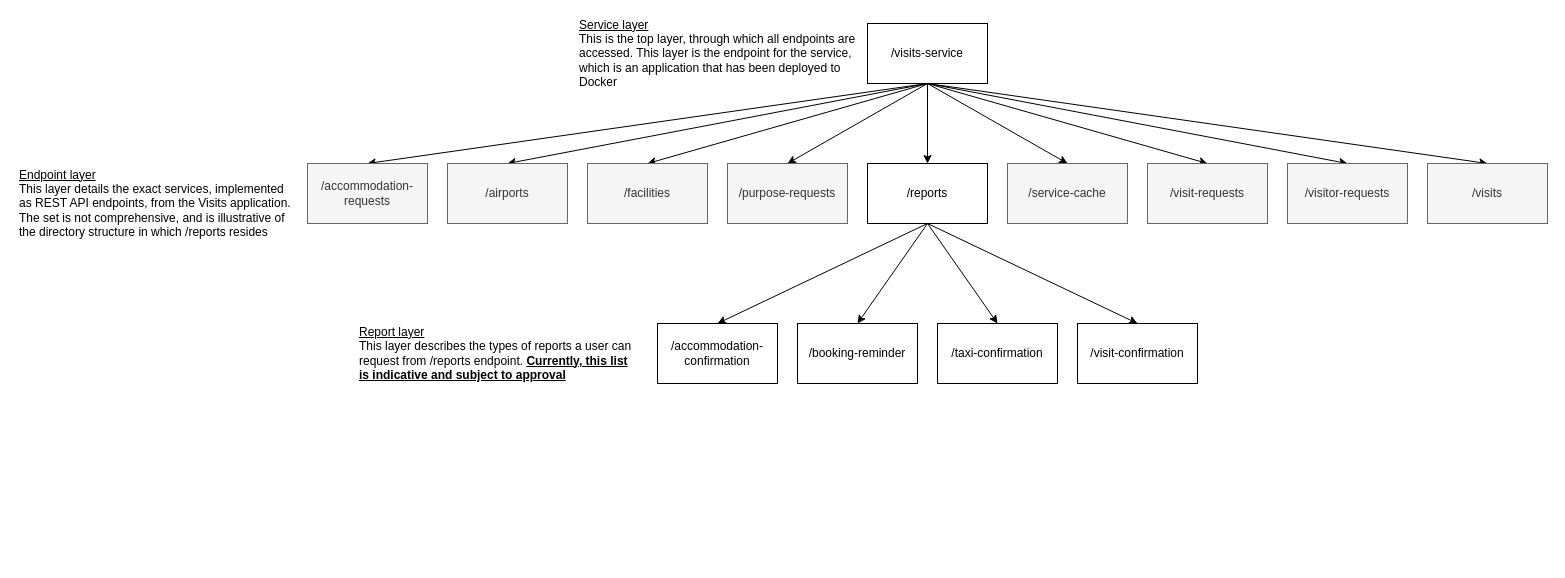
Above: Service URL hierarchy.drawio in ambolt314/FinalProjectDesign (draw.io), before the change. Source tidied: cells renumbered, new cells numbered last; positions are measured from the earlier drawing's top-left corner, leaving out a move shared by most shapes. Both pictures are drawn from the tidied source at 100%, with x=0, y=0 at pixel (17, 23).
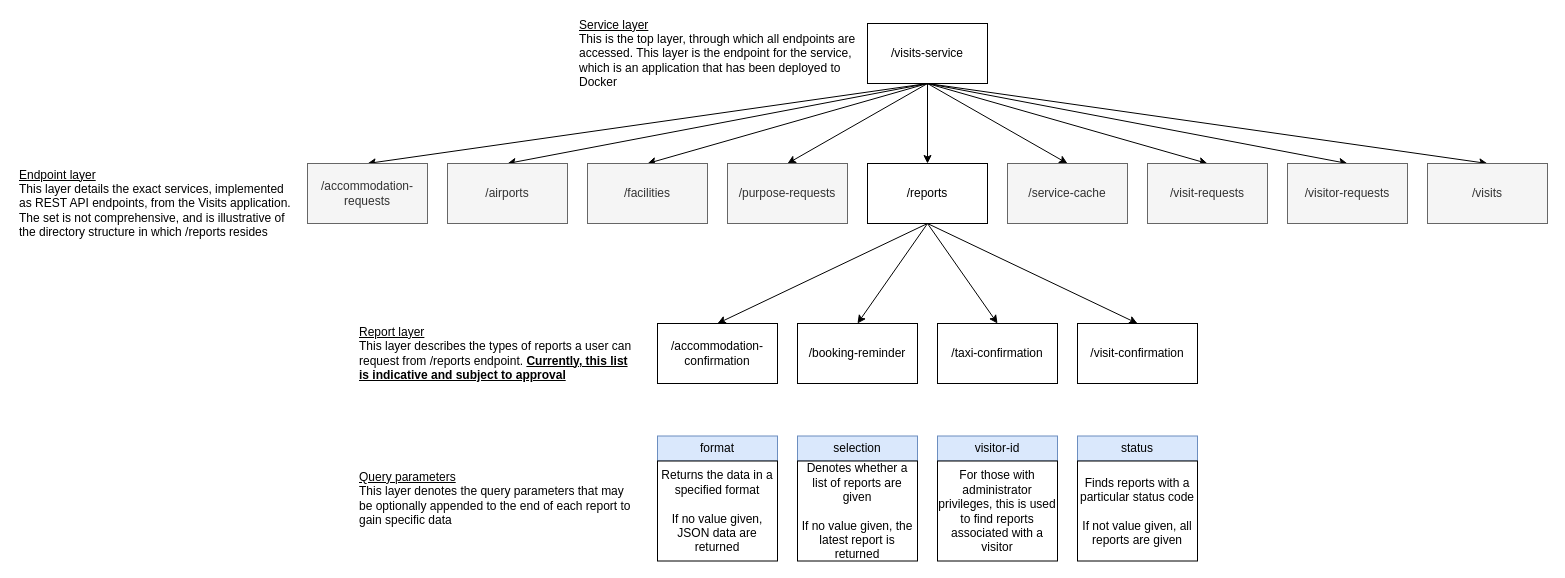
After the change.

Commit message:
Added indicative query parameters

Diff of the diagram source:
```diff
@@
+    <mxCell id="32" value="&lt;u&gt;Query parameters&lt;br&gt;&lt;/u&gt;&lt;div align=&quot;left&quot;&gt;This layer denotes the query parameters that may be optionally appended to the end of each report to gain specific data&lt;br&gt;&lt;/div&gt;" style="text;html=1;align=left;verticalAlign=middle;whiteSpace=wrap;rounded=0;" parent="1" vertex="1">
+      <mxGeometry x="340" y="460" width="280" height="30" as="geometry" />
+    </mxCell>
+    <mxCell id="33" style="group;" parent="1" vertex="1">
+      <mxGeometry x="640" y="412.5" width="120" height="125" as="geometry" />
+    </mxCell>
+    <mxCell id="34" value="format" style="rounded=0;whiteSpace=wrap;html=1;fillColor=#dae8fc;strokeColor=#6c8ebf;" parent="33" vertex="1">
+      <mxGeometry width="120" height="25" as="geometry" />
+    </mxCell>
+    <mxCell id="35" value="&lt;div&gt;Returns the data in a specified format&lt;/div&gt;&lt;div&gt;&lt;br&gt;&lt;/div&gt;&lt;div&gt;If no value given, JSON data are returned&lt;br&gt;&lt;/div&gt;" style="rounded=0;whiteSpace=wrap;html=1;" parent="33" vertex="1">
+      <mxGeometry y="25" width="120" height="100" as="geometry" />
+    </mxCell>
+    <mxCell id="36" style="group;" parent="1" vertex="1">
+      <mxGeometry x="780" y="412.5" width="120" height="125" as="geometry" />
+    </mxCell>
+    <mxCell id="37" value="selection" style="rounded=0;whiteSpace=wrap;html=1;fillColor=#dae8fc;strokeColor=#6c8ebf;" parent="36" vertex="1">
+      <mxGeometry width="120" height="25" as="geometry" />
+    </mxCell>
+    <mxCell id="38" value="&lt;div&gt;Denotes whether a list of reports are given&lt;/div&gt;&lt;div&gt;&lt;br&gt;&lt;/div&gt;&lt;div&gt;If no value given, the latest report is returned&lt;br&gt;&lt;/div&gt;" style="rounded=0;whiteSpace=wrap;html=1;" parent="36" vertex="1">
+      <mxGeometry y="25" width="120" height="100" as="geometry" />
+    </mxCell>
+    <mxCell id="39" style="group;" parent="1" vertex="1">
+      <mxGeometry x="920" y="412.5" width="120" height="125" as="geometry" />
+    </mxCell>
+    <mxCell id="40" value="visitor-id" style="rounded=0;whiteSpace=wrap;html=1;fillColor=#dae8fc;strokeColor=#6c8ebf;" parent="39" vertex="1">
+      <mxGeometry width="120" height="25" as="geometry" />
+    </mxCell>
+    <mxCell id="41" value="For those with administrator privileges, this is used to find reports associated with a visitor" style="rounded=0;whiteSpace=wrap;html=1;" parent="39" vertex="1">
+      <mxGeometry y="25" width="120" height="100" as="geometry" />
+    </mxCell>
+    <mxCell id="42" style="group;" parent="1" vertex="1">
+      <mxGeometry x="1060" y="412.5" width="120" height="125" as="geometry" />
+    </mxCell>
+    <mxCell id="43" value="status" style="rounded=0;whiteSpace=wrap;html=1;fillColor=#dae8fc;strokeColor=#6c8ebf;" parent="42" vertex="1">
+      <mxGeometry width="120" height="25" as="geometry" />
+    </mxCell>
+    <mxCell id="44" value="&lt;div&gt;Finds reports with a particular status code&lt;/div&gt;&lt;div&gt;&lt;br&gt;&lt;/div&gt;&lt;div&gt;If not value given, all reports are given&lt;br&gt;&lt;/div&gt;" style="rounded=0;whiteSpace=wrap;html=1;" parent="42" vertex="1">
+      <mxGeometry y="25" width="120" height="100" as="geometry" />
+    </mxCell>
```
